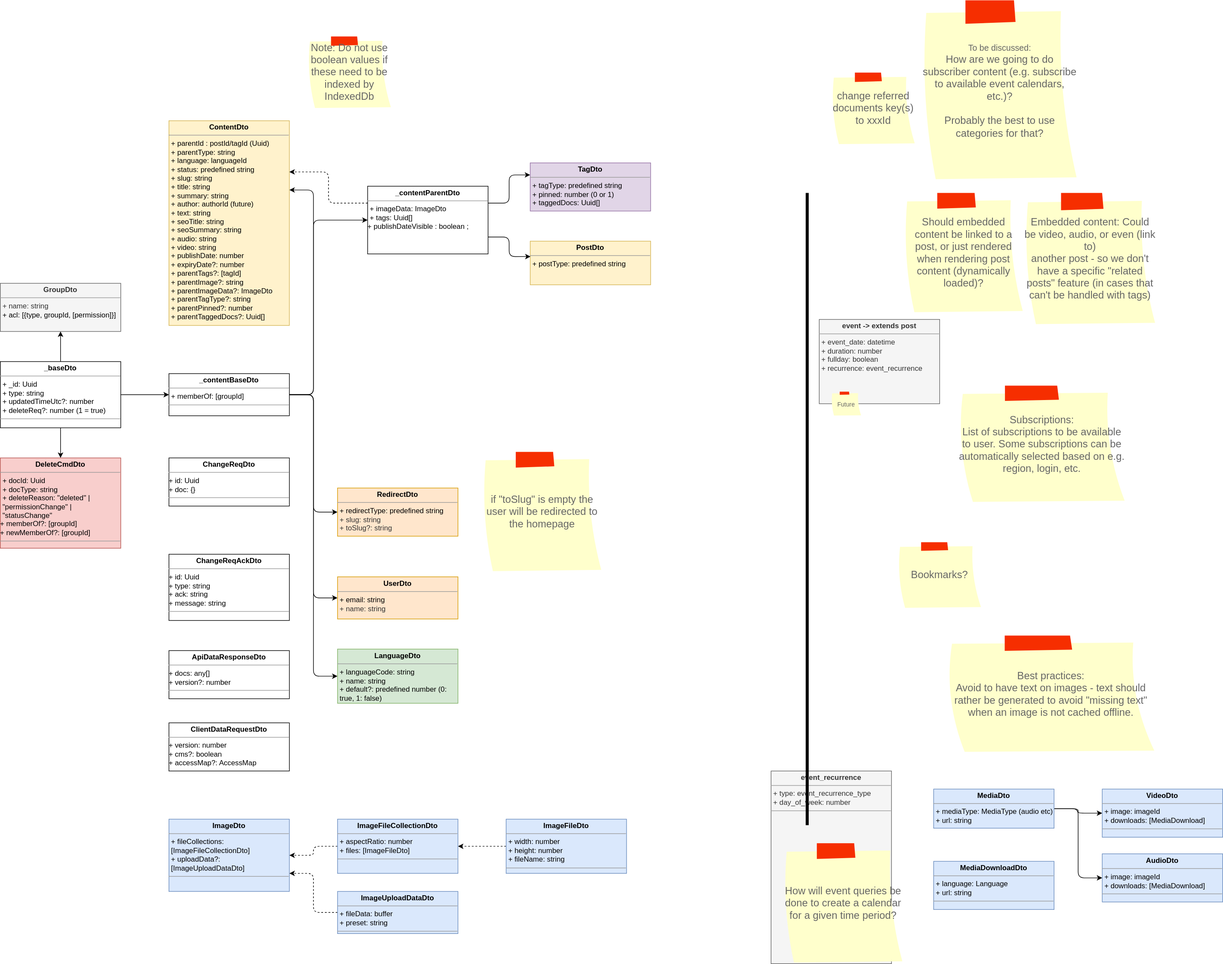
Before: docs/datamodel.drawio.svg, a diagram exported from draw.io (bccsa/luminary). Source tidied: cells renumbered, new cells last; positions are measured from the earlier drawing's top-left corner, leaving out a move shared by most shapes.
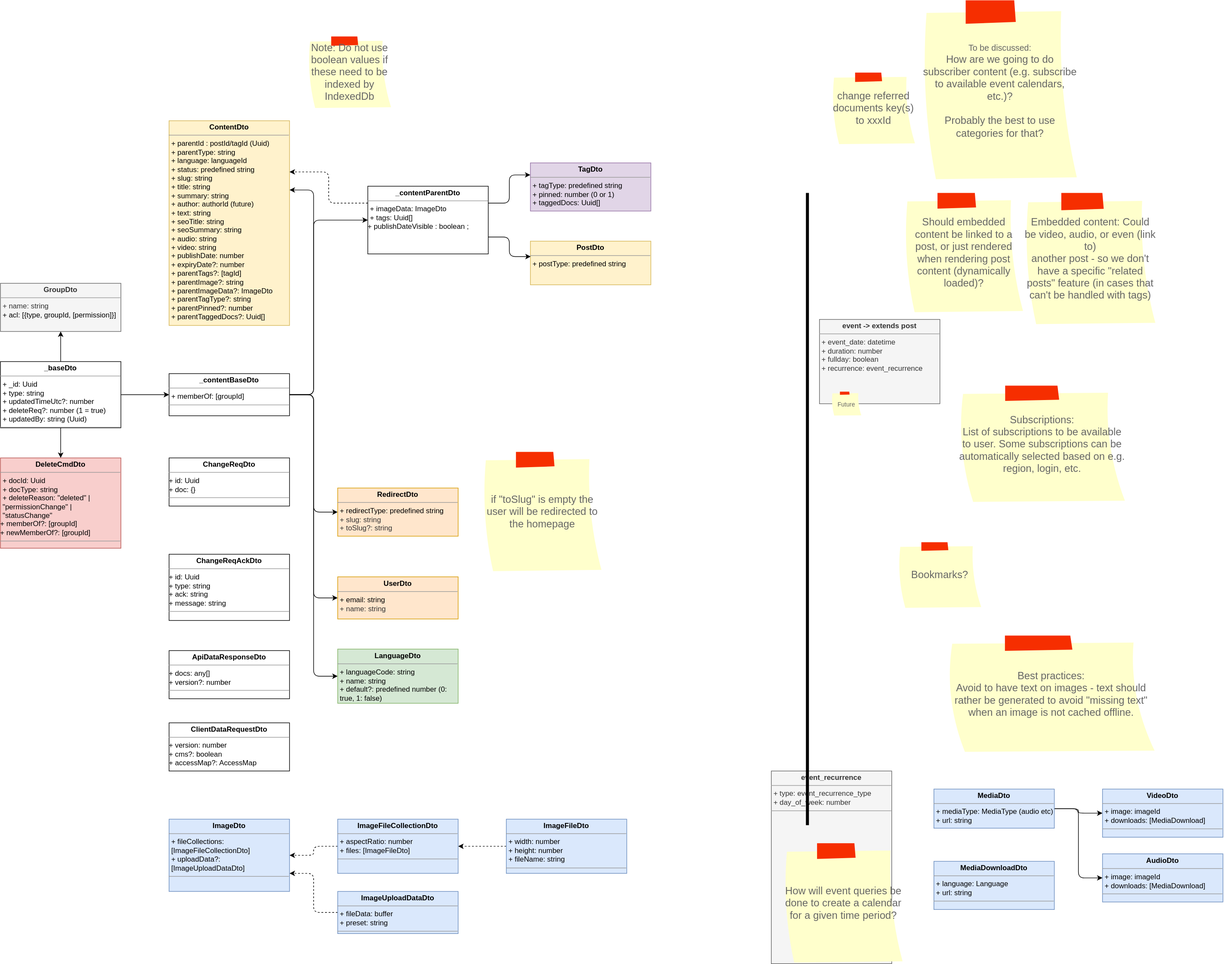
The same diagram one commit later.

Diff of the diagram source:
```diff
@@ -118,7 +118,7 @@
     <mxCell id="35" style="edgeStyle=none;html=1;exitX=0.5;exitY=1;exitDx=0;exitDy=0;entryX=0.5;entryY=0;entryDx=0;entryDy=0;" parent="1" edge="1" source="36" target="54">
       <mxGeometry relative="1" as="geometry" />
     </mxCell>
-    <mxCell id="36" value="&lt;p style=&quot;margin:0px;margin-top:4px;text-align:center;&quot;&gt;&lt;b&gt;_baseDto&lt;/b&gt;&lt;/p&gt;&lt;hr size=&quot;1&quot;&gt;&lt;p style=&quot;margin:0px;margin-left:4px;&quot;&gt;+ _id: Uuid&lt;/p&gt;&lt;p style=&quot;margin:0px;margin-left:4px;&quot;&gt;+ type: string&lt;/p&gt;&lt;p style=&quot;margin:0px;margin-left:4px;&quot;&gt;+ updatedTimeUtc?: number&lt;/p&gt;&lt;p style=&quot;margin:0px;margin-left:4px;&quot;&gt;+ deleteReq?: number (1 = true)&lt;/p&gt;&lt;hr size=&quot;1&quot;&gt;&lt;p style=&quot;margin:0px;margin-left:4px;&quot;&gt;&lt;br&gt;&lt;/p&gt;" style="verticalAlign=top;align=left;overflow=fill;fontSize=12;fontFamily=Helvetica;html=1;whiteSpace=wrap;" parent="1" vertex="1">
+    <mxCell id="36" value="&lt;p style=&quot;margin:0px;margin-top:4px;text-align:center;&quot;&gt;&lt;b&gt;_baseDto&lt;/b&gt;&lt;/p&gt;&lt;hr size=&quot;1&quot;&gt;&lt;p style=&quot;margin:0px;margin-left:4px;&quot;&gt;+ _id: Uuid&lt;/p&gt;&lt;p style=&quot;margin:0px;margin-left:4px;&quot;&gt;+ type: string&lt;/p&gt;&lt;p style=&quot;margin:0px;margin-left:4px;&quot;&gt;+ updatedTimeUtc?: number&lt;/p&gt;&lt;p style=&quot;margin:0px;margin-left:4px;&quot;&gt;+ deleteReq?: number (1 = true)&lt;/p&gt;&lt;p style=&quot;margin:0px;margin-left:4px;&quot;&gt;+ updatedBy: string (Uuid)&lt;/p&gt;&lt;hr size=&quot;1&quot;&gt;&lt;p style=&quot;margin:0px;margin-left:4px;&quot;&gt;&lt;br&gt;&lt;/p&gt;" style="verticalAlign=top;align=left;overflow=fill;fontSize=12;fontFamily=Helvetica;html=1;whiteSpace=wrap;" parent="1" vertex="1">
       <mxGeometry y="600" width="200" height="110" as="geometry" />
     </mxCell>
     <mxCell id="37" value="change referred documents key(s) to xxxId" style="strokeWidth=1;shadow=0;dashed=0;align=center;html=1;shape=mxgraph.mockup.text.stickyNote2;fontColor=#666666;mainText=;fontSize=17;whiteSpace=wrap;fillColor=#ffffcc;strokeColor=#F62E00;" parent="1" vertex="1">
```
